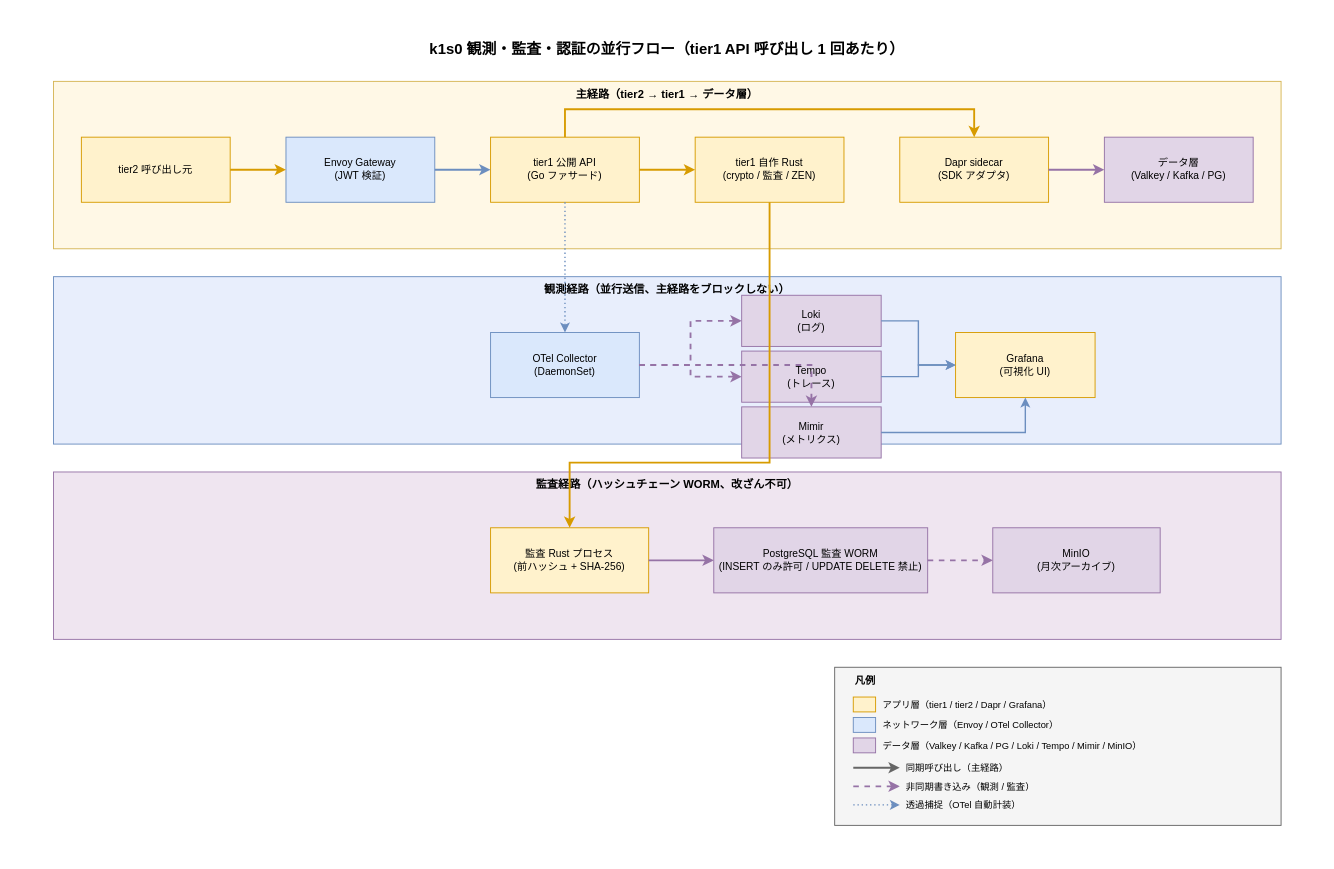
The draw.io diagram docs/04_概要設計/10_システム方式設計/img/観測監査並行フロー.drawio in RyuheiKiso/k1s0, before the edit. Source tidied: cells renumbered, new cells numbered last; positions are measured from the earlier drawing's top-left corner, leaving out a move shared by most shapes. Both pictures are drawn from the tidied source at 93%, with x=0, y=0 at pixel (16, 16).
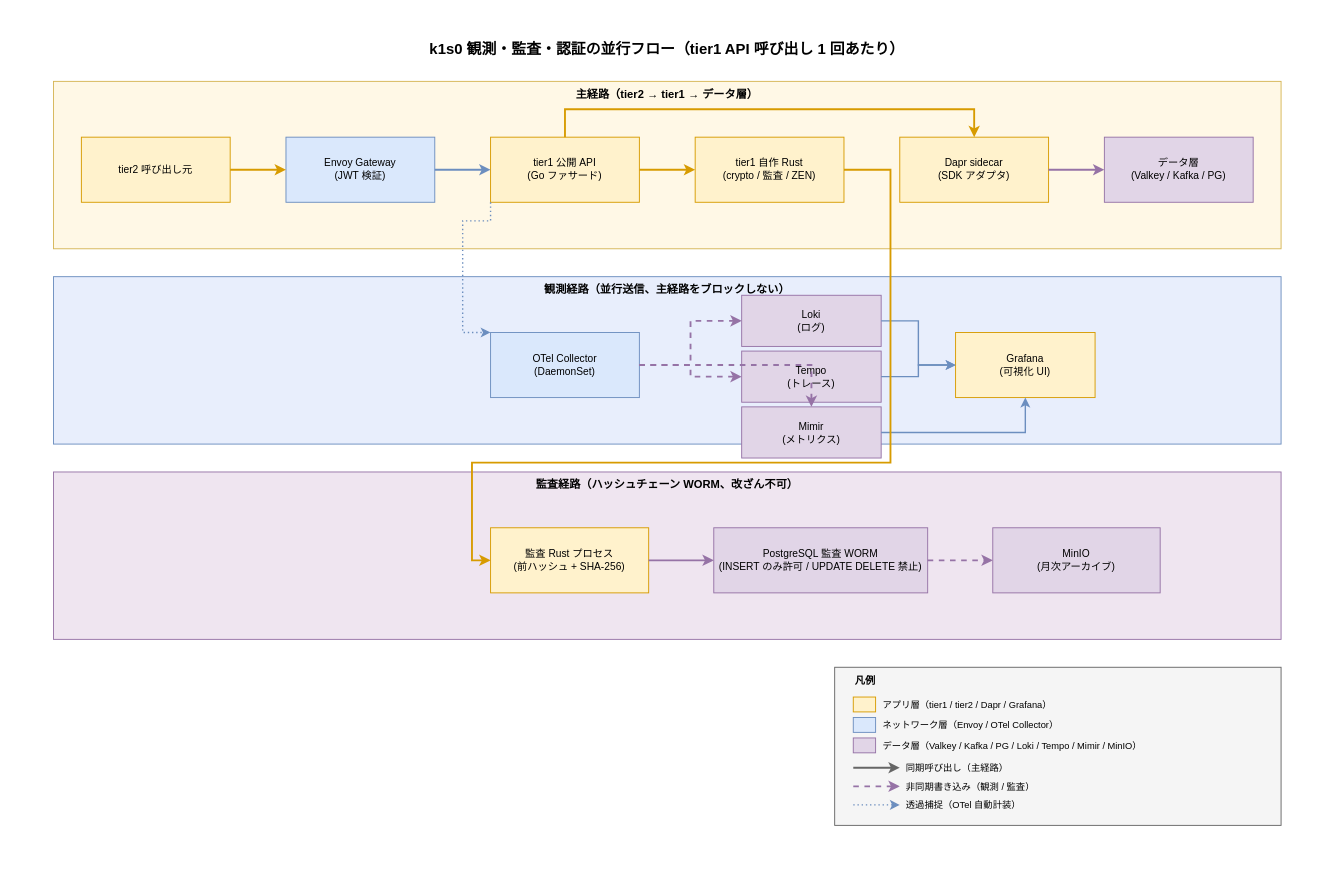
The same diagram, later.

Unchanged cells that the change refers to:
```xml
<mxCell id="7" value="tier1 公開 API&#10;(Go ファサード)" style="rounded=0;whiteSpace=wrap;html=1;fillColor=#fff2cc;strokeColor=#d79b00;fontSize=11;" parent="1" vertex="1">
  <mxGeometry x="510" y="130" width="160" height="70" as="geometry" />
</mxCell>
<mxCell id="8" value="tier1 自作 Rust&#10;(crypto / 監査 / ZEN)" style="rounded=0;whiteSpace=wrap;html=1;fillColor=#fff2cc;strokeColor=#d79b00;fontSize=11;" parent="1" vertex="1">
  <mxGeometry x="730" y="130" width="160" height="70" as="geometry" />
</mxCell>
<mxCell id="12" value="OTel Collector&#10;(DaemonSet)" style="rounded=0;whiteSpace=wrap;html=1;fillColor=#dae8fc;strokeColor=#6c8ebf;fontSize=11;" parent="1" vertex="1">
  <mxGeometry x="510" y="340" width="160" height="70" as="geometry" />
</mxCell>
<mxCell id="18" value="監査 Rust プロセス&#10;(前ハッシュ + SHA-256)" style="rounded=0;whiteSpace=wrap;html=1;fillColor=#fff2cc;strokeColor=#d79b00;fontSize=11;" parent="1" vertex="1">
  <mxGeometry x="510" y="550" width="170" height="70" as="geometry" />
</mxCell>
```

What changed in the source:
```diff
@@
-    <mxCell id="26" style="edgeStyle=orthogonalEdgeStyle;rounded=0;html=1;strokeWidth=1.5;strokeColor=#6c8ebf;dashed=1;dashPattern=1 2;" parent="1" edge="1" source="7" target="12">
+    <mxCell id="26" style="edgeStyle=orthogonalEdgeStyle;rounded=0;html=1;strokeWidth=1.5;strokeColor=#6c8ebf;dashed=1;dashPattern=1 2;exitX=0;exitY=1;exitDx=0;exitDy=0;entryX=0;entryY=0;entryDx=0;entryDy=0;" parent="1" edge="1" source="7" target="12">
       <mxGeometry relative="1" as="geometry">
         <Array as="points">
-          <mxPoint x="590" y="260" />
-          <mxPoint x="590" y="340" />
+          <mxPoint x="480" y="220" />
+          <mxPoint x="480" y="340" />
         </Array>
       </mxGeometry>
     </mxCell>
@@
-    <mxCell id="33" style="edgeStyle=orthogonalEdgeStyle;rounded=0;html=1;strokeWidth=2;strokeColor=#d79b00;" parent="1" edge="1" source="8" target="18">
+    <mxCell id="33" style="edgeStyle=orthogonalEdgeStyle;rounded=0;html=1;strokeWidth=2;strokeColor=#d79b00;exitX=1;exitY=0.5;exitDx=0;exitDy=0;entryX=0;entryY=0.5;entryDx=0;entryDy=0;" parent="1" edge="1" source="8" target="18">
       <mxGeometry relative="1" as="geometry">
         <Array as="points">
-          <mxPoint x="810" y="480" />
-          <mxPoint x="595" y="480" />
+          <mxPoint x="940" y="165" />
+          <mxPoint x="940" y="480" />
+          <mxPoint x="490" y="480" />
         </Array>
       </mxGeometry>
     </mxCell>
```
